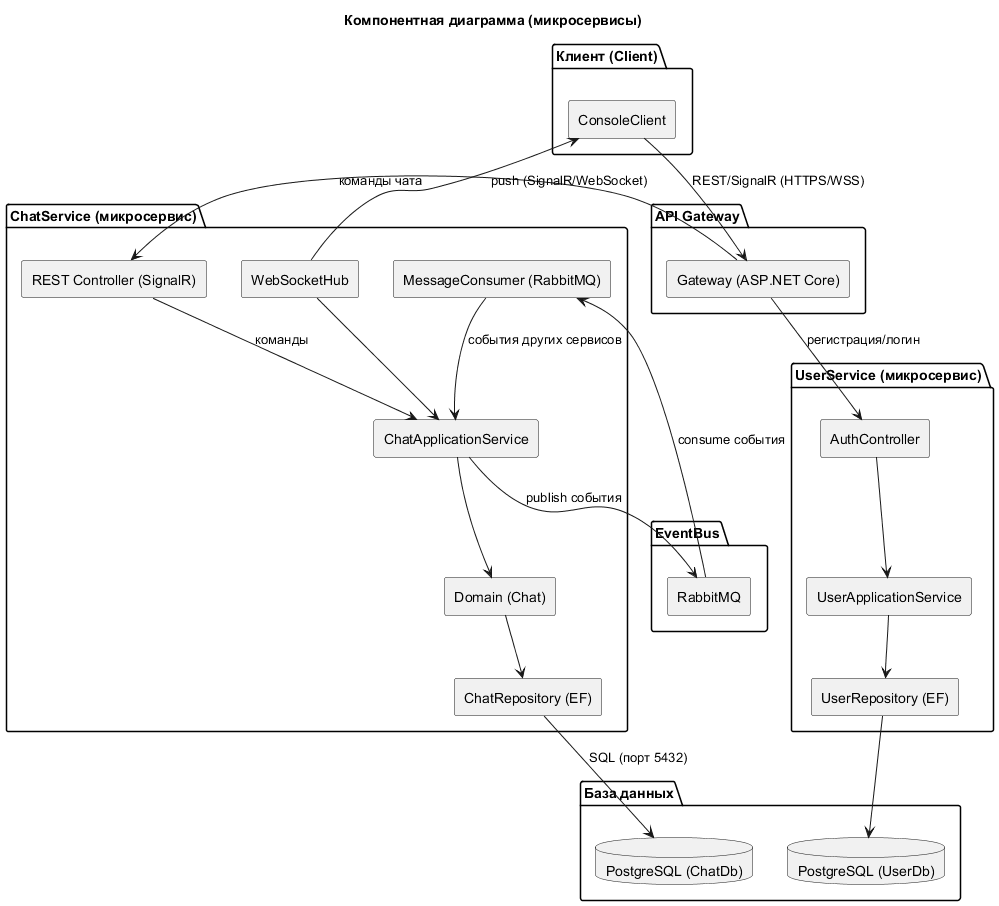
DianaShak/BlackBox keeps this PlantUML diagram as Drafts/console_chat/uml/uml_components.png. Above is the earlier version.
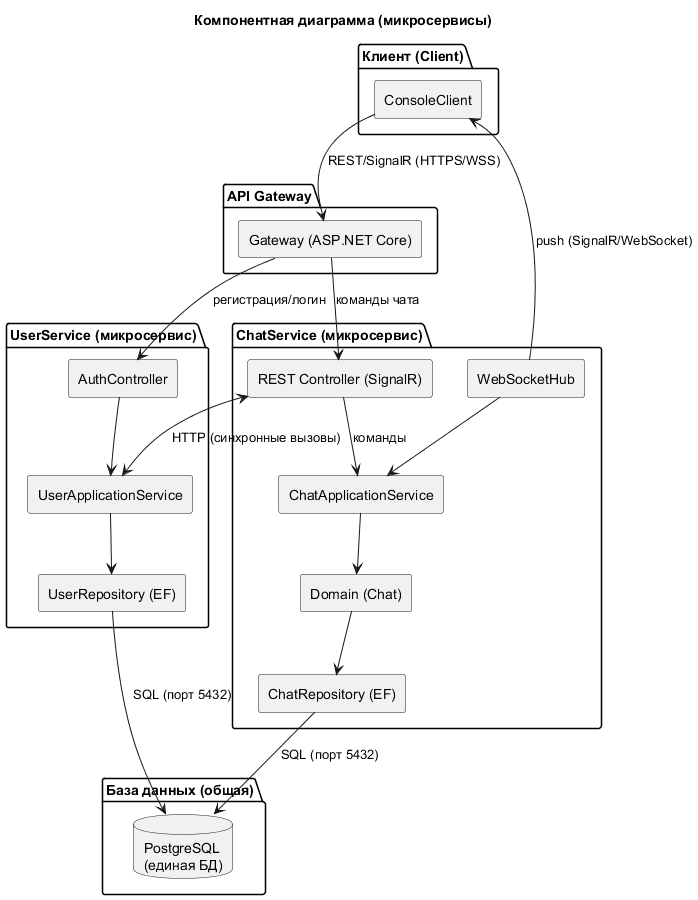
Above is the later version.

What changed in the source:
```diff
@@ -16,7 +16,6 @@
   component "ChatApplicationService" as APP
   component "Domain (Chat)" as DOM
   component "ChatRepository (EF)" as REPO
-  component "MessageConsumer (RabbitMQ)" as CONSUMER
   component "WebSocketHub" as WSHUB
 }
 
@@ -26,32 +25,26 @@
   component "UserRepository (EF)" as UREPO
 }
 
-package "EventBus" {
-  component "RabbitMQ" as MQ
-}
-
-package "База данных" {
-  database "PostgreSQL (ChatDb)" as PGC
-  database "PostgreSQL (UserDb)" as PGU
+package "База данных (общая)" {
+  database "PostgreSQL\n(единая БД)" as PGC
 }
 
 CC --> GW : "REST/SignalR (HTTPS/WSS)"
 GW --> REST : "команды чата"
 GW --> AUTH : "регистрация/логин"
 
+REST <--> UAPP : "HTTP (синхронные вызовы)"
+
 REST --> APP : "команды"
 WSHUB --> APP
-CONSUMER --> APP : "события других сервисов"
 APP --> DOM
 DOM --> REPO
 REPO --> PGC : "SQL (порт 5432)"
 
 AUTH --> UAPP
 UAPP --> UREPO
-UREPO --> PGU
+UREPO --> PGC : "SQL (порт 5432)"
 
-APP --> MQ : "publish события"
-CONSUMER <-- MQ : "consume события"
 WSHUB --> CC : "push (SignalR/WebSocket)"
 
 @enduml
```
